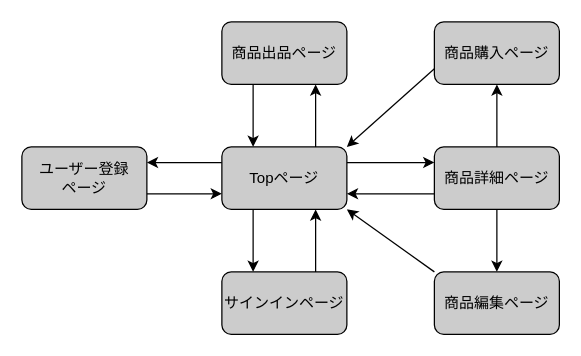
Before: page.dio in abreahn/furima-34875, a draw.io diagram. Source tidied: cells renumbered, new cells numbered last; positions are measured from the earlier drawing's top-left corner, leaving out a move shared by most shapes. Both pictures are drawn from the tidied source at 125%, with x=0, y=0 at pixel (21, 21).
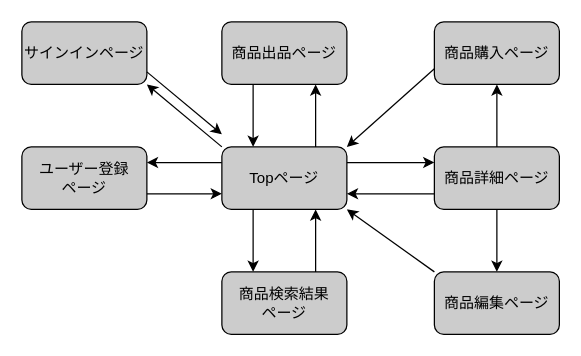
The same diagram, later.

Unchanged cells that the change refers to:
```xml
<mxCell id="5" value="Topページ" style="rounded=1;whiteSpace=wrap;html=1;fillColor=#CCCCCC;fontColor=#000000;strokeColor=#000000;" parent="1" vertex="1">
  <mxGeometry x="160" y="100" width="100" height="50" as="geometry" />
</mxCell>
```

Change to the diagram source:
```diff
@@
-    <mxCell id="4" style="edgeStyle=orthogonalEdgeStyle;rounded=0;jettySize=auto;html=1;exitX=0.25;exitY=1;exitDx=0;exitDy=0;entryX=0.25;entryY=0;entryDx=0;entryDy=0;strokeColor=#000000;" parent="1" edge="1" source="5" target="20">
-      <mxGeometry relative="1" as="geometry" />
-    </mxCell>
+    <mxCell id="21" style="edgeStyle=orthogonalEdgeStyle;rounded=0;jettySize=auto;html=1;exitX=0.25;exitY=1;exitDx=0;exitDy=0;entryX=0.25;entryY=0;entryDx=0;entryDy=0;strokeColor=#000000;" parent="1" edge="1" source="5" target="25">
+      <mxGeometry relative="1" as="geometry" />
+    </mxCell>
@@
-    <mxCell id="19" style="edgeStyle=orthogonalEdgeStyle;rounded=0;jettySize=auto;html=1;exitX=0.75;exitY=0;exitDx=0;exitDy=0;entryX=0.75;entryY=1;entryDx=0;entryDy=0;strokeColor=#000000;" parent="1" edge="1" source="20" target="5">
-      <mxGeometry relative="1" as="geometry" />
-    </mxCell>
     <mxCell id="20" value="サインインページ" style="rounded=1;whiteSpace=wrap;html=1;fillColor=#CCCCCC;fontColor=#000000;strokeColor=#000000;" parent="1" vertex="1">
-      <mxGeometry x="160" y="200" width="100" height="50" as="geometry" />
+      <mxGeometry width="100" height="50" as="geometry" />
     </mxCell>
+    <mxCell id="22" style="endArrow=classic;html=1;entryX=1;entryY=1;entryDx=0;entryDy=0;strokeColor=#000000;" parent="1" edge="1">
+      <mxGeometry relative="1" as="geometry">
+        <mxPoint x="160" y="100" as="sourcePoint" />
+        <mxPoint x="100" y="50" as="targetPoint" />
+      </mxGeometry>
+    </mxCell>
+    <mxCell id="23" style="endArrow=classic;html=1;strokeColor=#000000;" parent="1" edge="1">
+      <mxGeometry relative="1" as="geometry">
+        <mxPoint x="100" y="40" as="sourcePoint" />
+        <mxPoint x="160" y="90" as="targetPoint" />
+      </mxGeometry>
+    </mxCell>
+    <mxCell id="24" style="edgeStyle=orthogonalEdgeStyle;rounded=0;jettySize=auto;html=1;exitX=0.75;exitY=0;exitDx=0;exitDy=0;entryX=0.75;entryY=1;entryDx=0;entryDy=0;strokeColor=#000000;" parent="1" edge="1" source="25" target="5">
+      <mxGeometry relative="1" as="geometry" />
+    </mxCell>
+    <mxCell id="25" value="商品検索結果&lt;br&gt;ページ" style="rounded=1;whiteSpace=wrap;html=1;fillColor=#CCCCCC;fontColor=#000000;strokeColor=#000000;" parent="1" vertex="1">
+      <mxGeometry x="160" y="200" width="100" height="50" as="geometry" />
+    </mxCell>
```
